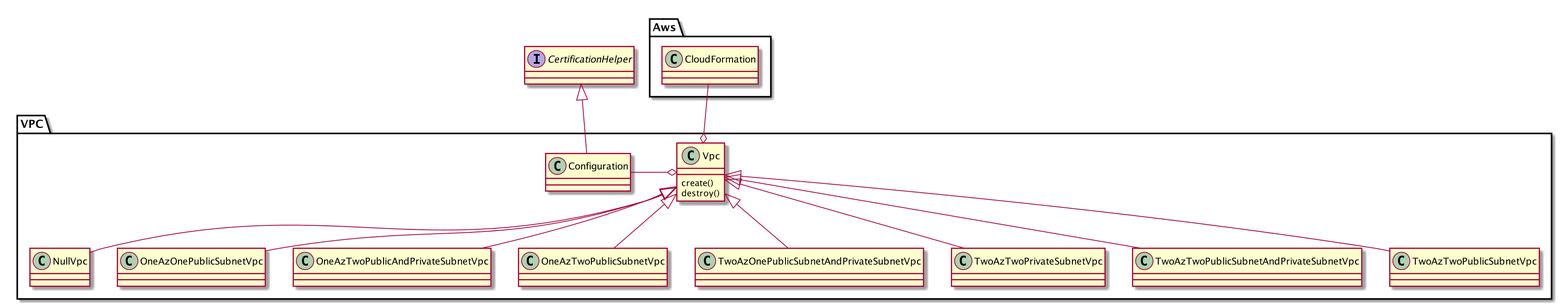
Earlier version of the PlantUML export docs/dev/cfm/images/vpc_core_model.png (k2works/etude_for_aws).
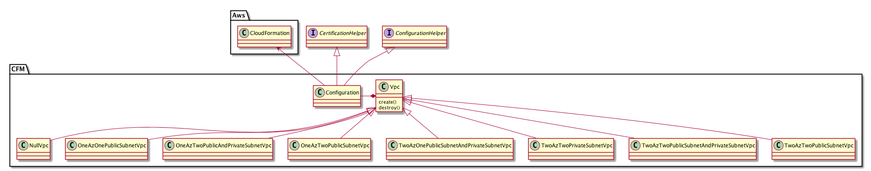
After the commit.

Diff of the diagram source:
```diff
@@ -5,15 +5,17 @@
 }
 
 Interface CertificationHelper
+Interface ConfigurationHelper
 
-package VPC {
+package CFM {
   class Vpc {
     create()
     destroy()
   }
   CertificationHelper <|-- Configuration
-  Vpc o-u- CloudFormation
-  Vpc o-l- Configuration
+  ConfigurationHelper <|-- Configuration
+  Configuration -l-> CloudFormation
+  Vpc *-l- Configuration
   Vpc <|-- NullVpc
   Vpc <|-- OneAzOnePublicSubnetVpc
   Vpc <|-- OneAzTwoPublicAndPrivateSubnetVpc
```
